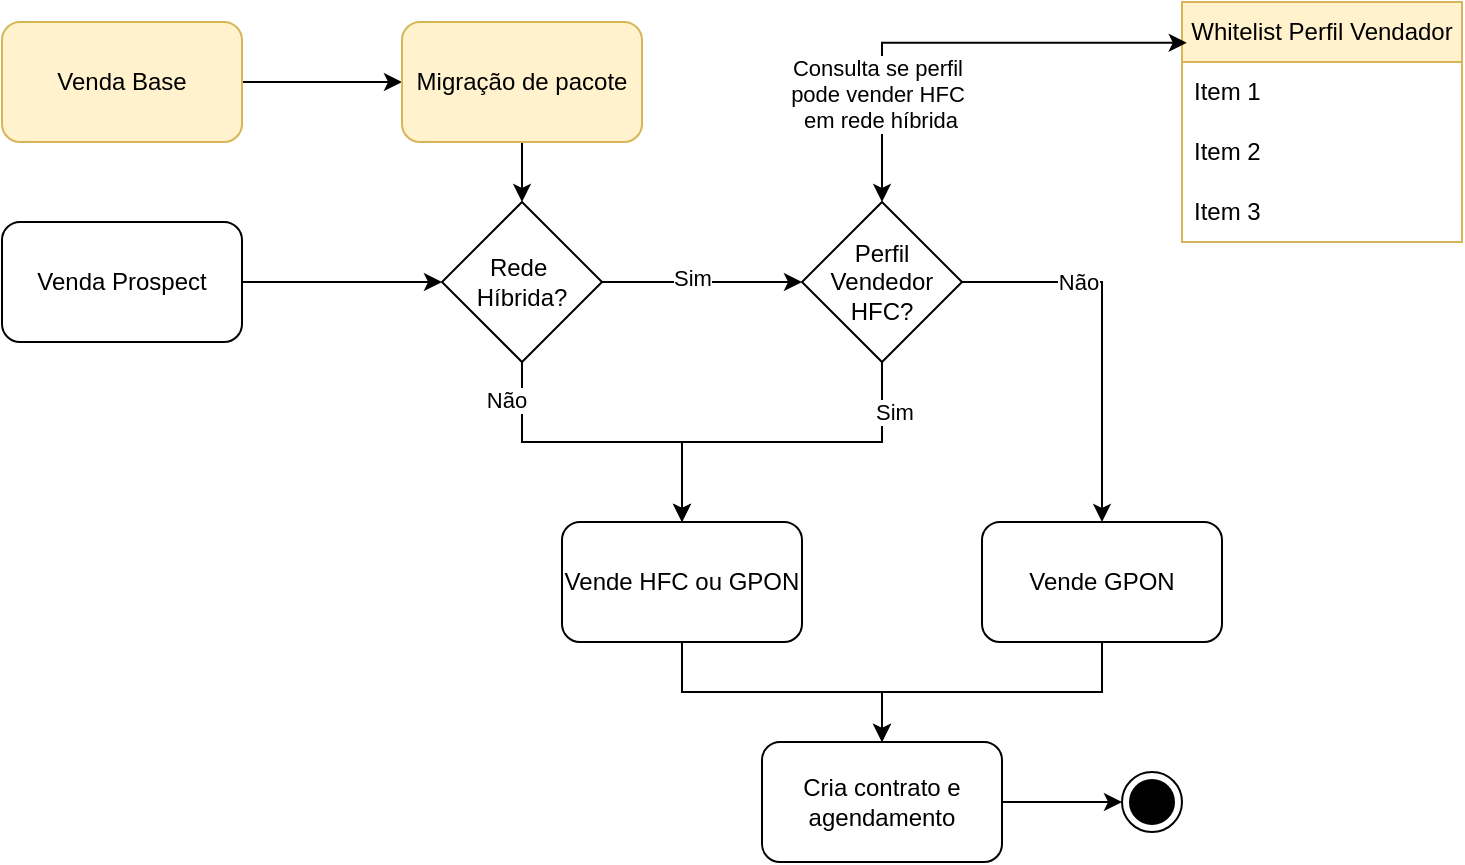
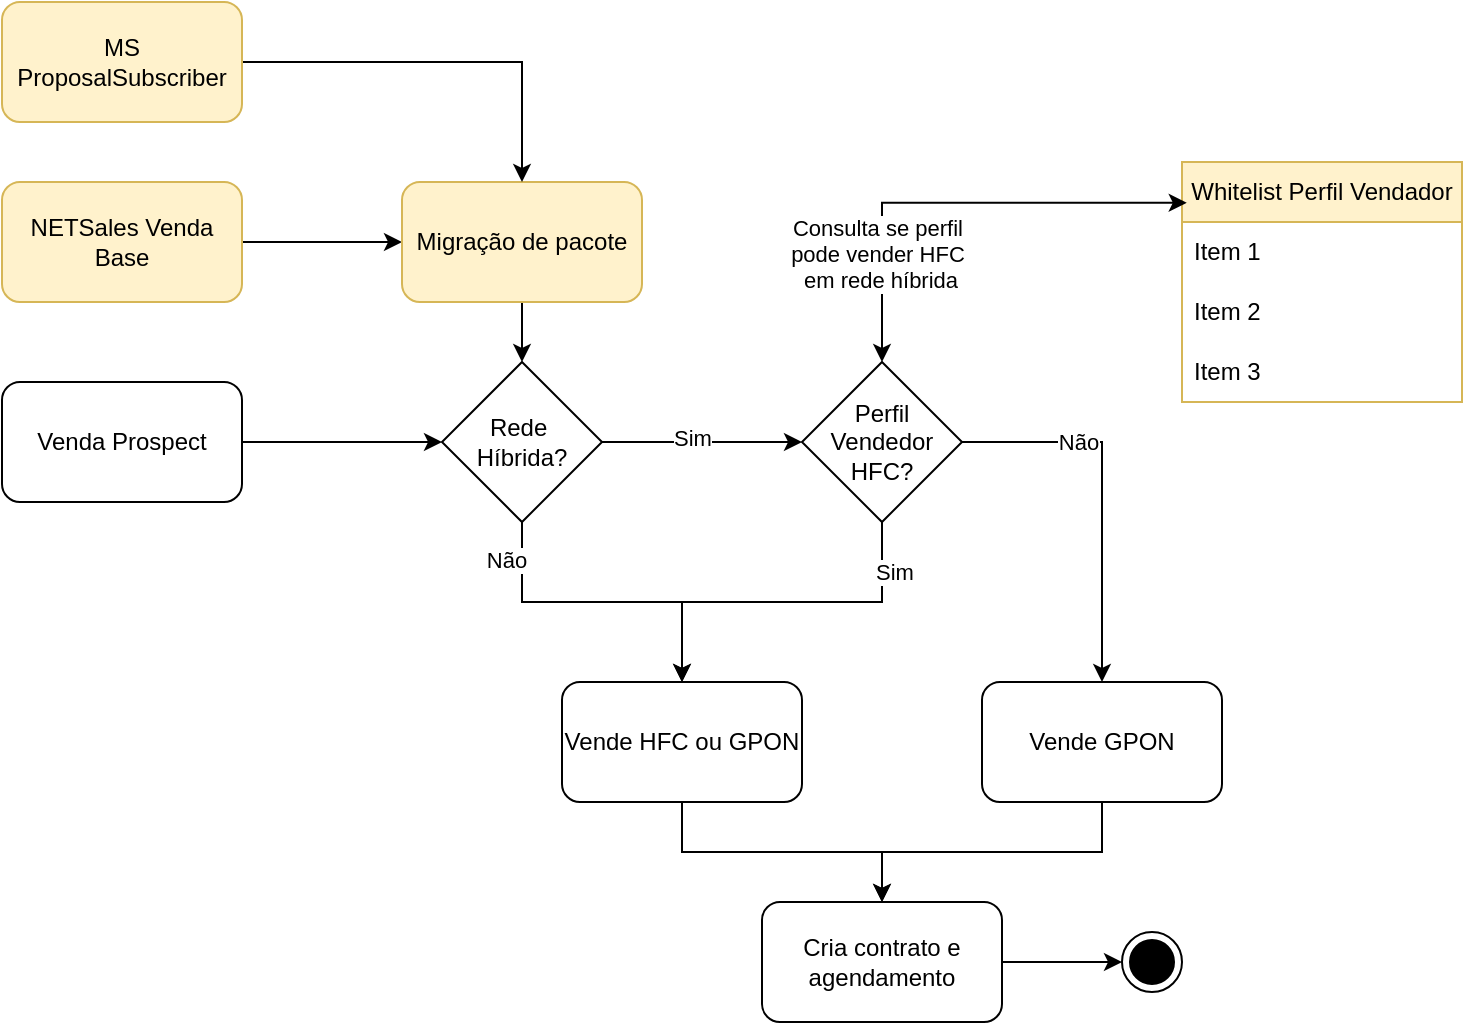
<mxfile host="app.diagrams.net">
  <diagram name="Página-1" id="3kMgELetRidybpeUExiU">
    <mxGraphModel dx="1030" dy="527" grid="1" gridSize="10" guides="1" tooltips="1" connect="1" arrows="1" fold="1" page="1" pageScale="1" pageWidth="827" pageHeight="1169" math="0" shadow="0">
      <root>
        <mxCell id="0" />
        <mxCell id="1" parent="0" />
        <mxCell id="n1KzrClI_lz3JJP6-aaw-4" edge="1" parent="1" source="n1KzrClI_lz3JJP6-aaw-1" style="edgeStyle=orthogonalEdgeStyle;rounded=0;orthogonalLoop=1;jettySize=auto;html=1;" target="n1KzrClI_lz3JJP6-aaw-7" value="">
          <mxGeometry relative="1" as="geometry">
-             <mxPoint x="280" y="200" as="targetPoint" />
+             <mxPoint x="260" y="250" as="targetPoint" />
          </mxGeometry>
        </mxCell>
        <mxCell id="n1KzrClI_lz3JJP6-aaw-1" parent="1" style="rounded=1;whiteSpace=wrap;html=1;" value="Venda Prospect" vertex="1">
-           <mxGeometry height="60" width="120" x="80" y="170" as="geometry" />
+           <mxGeometry height="60" width="120" x="60" y="220" as="geometry" />
        </mxCell>
        <mxCell id="n1KzrClI_lz3JJP6-aaw-9" edge="1" parent="1" source="n1KzrClI_lz3JJP6-aaw-7" style="edgeStyle=orthogonalEdgeStyle;rounded=0;orthogonalLoop=1;jettySize=auto;html=1;entryX=0;entryY=0.5;entryDx=0;entryDy=0;" target="n1KzrClI_lz3JJP6-aaw-10" value="">
          <mxGeometry relative="1" as="geometry">
-             <mxPoint x="440" y="200" as="targetPoint" />
+             <mxPoint x="420" y="250" as="targetPoint" />
          </mxGeometry>
        </mxCell>
        <mxCell id="n1KzrClI_lz3JJP6-aaw-14" connectable="0" parent="n1KzrClI_lz3JJP6-aaw-9" style="edgeLabel;html=1;align=center;verticalAlign=middle;resizable=0;points=[];" value="Sim" vertex="1">
          <mxGeometry relative="1" x="-0.1" y="2" as="geometry">
            <mxPoint as="offset" />
          </mxGeometry>
        </mxCell>
        <mxCell id="n1KzrClI_lz3JJP6-aaw-17" edge="1" parent="1" source="n1KzrClI_lz3JJP6-aaw-7" style="edgeStyle=orthogonalEdgeStyle;rounded=0;orthogonalLoop=1;jettySize=auto;html=1;entryX=0.5;entryY=0;entryDx=0;entryDy=0;" target="n1KzrClI_lz3JJP6-aaw-13">
          <mxGeometry relative="1" as="geometry" />
        </mxCell>
        <mxCell id="n1KzrClI_lz3JJP6-aaw-18" connectable="0" parent="n1KzrClI_lz3JJP6-aaw-17" style="edgeLabel;html=1;align=center;verticalAlign=middle;resizable=0;points=[];" value="Não" vertex="1">
          <mxGeometry relative="1" x="-0.536" y="-3" as="geometry">
            <mxPoint x="-5" y="-18" as="offset" />
          </mxGeometry>
        </mxCell>
        <mxCell id="n1KzrClI_lz3JJP6-aaw-7" parent="1" style="rhombus;whiteSpace=wrap;html=1;" value="Rede&amp;nbsp;&lt;div&gt;Híbrida?&lt;/div&gt;" vertex="1">
-           <mxGeometry height="80" width="80" x="300" y="160" as="geometry" />
+           <mxGeometry height="80" width="80" x="280" y="210" as="geometry" />
        </mxCell>
        <mxCell id="n1KzrClI_lz3JJP6-aaw-19" edge="1" parent="1" source="n1KzrClI_lz3JJP6-aaw-10" style="edgeStyle=orthogonalEdgeStyle;rounded=0;orthogonalLoop=1;jettySize=auto;html=1;" target="n1KzrClI_lz3JJP6-aaw-16">
          <mxGeometry relative="1" as="geometry" />
        </mxCell>
        <mxCell id="n1KzrClI_lz3JJP6-aaw-20" connectable="0" parent="n1KzrClI_lz3JJP6-aaw-19" style="edgeLabel;html=1;align=center;verticalAlign=middle;resizable=0;points=[];" value="Não" vertex="1">
          <mxGeometry relative="1" x="-0.3895" as="geometry">
            <mxPoint as="offset" />
          </mxGeometry>
        </mxCell>
        <mxCell id="n1KzrClI_lz3JJP6-aaw-22" edge="1" parent="1" source="n1KzrClI_lz3JJP6-aaw-10" style="edgeStyle=orthogonalEdgeStyle;rounded=0;orthogonalLoop=1;jettySize=auto;html=1;entryX=0.5;entryY=0;entryDx=0;entryDy=0;" target="n1KzrClI_lz3JJP6-aaw-13">
          <mxGeometry relative="1" as="geometry" />
        </mxCell>
        <mxCell id="n1KzrClI_lz3JJP6-aaw-23" connectable="0" parent="n1KzrClI_lz3JJP6-aaw-22" style="edgeLabel;html=1;align=center;verticalAlign=middle;resizable=0;points=[];" value="Sim" vertex="1">
          <mxGeometry relative="1" x="-0.3733" y="3" as="geometry">
            <mxPoint x="22" y="-18" as="offset" />
          </mxGeometry>
        </mxCell>
        <mxCell id="n1KzrClI_lz3JJP6-aaw-10" parent="1" style="rhombus;whiteSpace=wrap;html=1;" value="Perfil Vendedor HFC?" vertex="1">
-           <mxGeometry height="80" width="80" x="480" y="160" as="geometry" />
+           <mxGeometry height="80" width="80" x="460" y="210" as="geometry" />
        </mxCell>
        <mxCell id="n1KzrClI_lz3JJP6-aaw-25" edge="1" parent="1" source="n1KzrClI_lz3JJP6-aaw-13" style="edgeStyle=orthogonalEdgeStyle;rounded=0;orthogonalLoop=1;jettySize=auto;html=1;entryX=0.5;entryY=0;entryDx=0;entryDy=0;" target="n1KzrClI_lz3JJP6-aaw-24">
          <mxGeometry relative="1" as="geometry" />
        </mxCell>
        <mxCell id="n1KzrClI_lz3JJP6-aaw-13" parent="1" style="rounded=1;whiteSpace=wrap;html=1;" value="Vende HFC ou GPON" vertex="1">
-           <mxGeometry height="60" width="120" x="360" y="320" as="geometry" />
+           <mxGeometry height="60" width="120" x="340" y="370" as="geometry" />
        </mxCell>
        <mxCell id="n1KzrClI_lz3JJP6-aaw-26" edge="1" parent="1" source="n1KzrClI_lz3JJP6-aaw-16" style="edgeStyle=orthogonalEdgeStyle;rounded=0;orthogonalLoop=1;jettySize=auto;html=1;" target="n1KzrClI_lz3JJP6-aaw-24">
          <mxGeometry relative="1" as="geometry" />
        </mxCell>
        <mxCell id="n1KzrClI_lz3JJP6-aaw-16" parent="1" style="rounded=1;whiteSpace=wrap;html=1;" value="Vende GPON" vertex="1">
-           <mxGeometry height="60" width="120" x="570" y="320" as="geometry" />
+           <mxGeometry height="60" width="120" x="550" y="370" as="geometry" />
        </mxCell>
        <mxCell id="n1KzrClI_lz3JJP6-aaw-28" edge="1" parent="1" source="n1KzrClI_lz3JJP6-aaw-24" style="edgeStyle=orthogonalEdgeStyle;rounded=0;orthogonalLoop=1;jettySize=auto;html=1;" target="n1KzrClI_lz3JJP6-aaw-27">
          <mxGeometry relative="1" as="geometry" />
        </mxCell>
        <mxCell id="n1KzrClI_lz3JJP6-aaw-24" parent="1" style="rounded=1;whiteSpace=wrap;html=1;" value="Cria contrato e agendamento" vertex="1">
-           <mxGeometry height="60" width="120" x="460" y="430" as="geometry" />
+           <mxGeometry height="60" width="120" x="440" y="480" as="geometry" />
        </mxCell>
        <mxCell id="n1KzrClI_lz3JJP6-aaw-27" parent="1" style="ellipse;html=1;shape=endState;fillColor=strokeColor;" value="" vertex="1">
-           <mxGeometry height="30" width="30" x="640" y="445" as="geometry" />
+           <mxGeometry height="30" width="30" x="620" y="495" as="geometry" />
        </mxCell>
        <mxCell id="dcD2vmRarh8q4XiA1lDF-3" edge="1" parent="1" source="dcD2vmRarh8q4XiA1lDF-1" style="edgeStyle=orthogonalEdgeStyle;rounded=0;orthogonalLoop=1;jettySize=auto;html=1;" target="dcD2vmRarh8q4XiA1lDF-2" value="">
          <mxGeometry relative="1" as="geometry" />
        </mxCell>
-         <mxCell id="dcD2vmRarh8q4XiA1lDF-1" parent="1" style="rounded=1;whiteSpace=wrap;html=1;fillColor=#fff2cc;strokeColor=#d6b656;" value="Venda Base" vertex="1">
-           <mxGeometry height="60" width="120" x="80" y="70" as="geometry" />
+         <mxCell id="dcD2vmRarh8q4XiA1lDF-1" parent="1" style="rounded=1;whiteSpace=wrap;html=1;fillColor=#fff2cc;strokeColor=#d6b656;" value="NETSales Venda Base" vertex="1">
+           <mxGeometry height="60" width="120" x="60" y="120" as="geometry" />
        </mxCell>
        <mxCell id="dcD2vmRarh8q4XiA1lDF-4" edge="1" parent="1" source="dcD2vmRarh8q4XiA1lDF-2" style="edgeStyle=orthogonalEdgeStyle;rounded=0;orthogonalLoop=1;jettySize=auto;html=1;entryX=0.5;entryY=0;entryDx=0;entryDy=0;" target="n1KzrClI_lz3JJP6-aaw-7">
          <mxGeometry relative="1" as="geometry" />
        </mxCell>
        <mxCell id="dcD2vmRarh8q4XiA1lDF-2" parent="1" style="rounded=1;whiteSpace=wrap;html=1;fillColor=#fff2cc;strokeColor=#d6b656;" value="Migração de pacote" vertex="1">
-           <mxGeometry height="60" width="120" x="280" y="70" as="geometry" />
+           <mxGeometry height="60" width="120" x="260" y="120" as="geometry" />
        </mxCell>
        <mxCell id="dcD2vmRarh8q4XiA1lDF-5" parent="1" style="swimlane;fontStyle=0;childLayout=stackLayout;horizontal=1;startSize=30;horizontalStack=0;resizeParent=1;resizeParentMax=0;resizeLast=0;collapsible=1;marginBottom=0;whiteSpace=wrap;html=1;fillColor=#fff2cc;strokeColor=#d6b656;" value="Whitelist Perfil Vendador" vertex="1">
-           <mxGeometry height="120" width="140" x="670" y="60" as="geometry" />
+           <mxGeometry height="120" width="140" x="650" y="110" as="geometry" />
        </mxCell>
        <mxCell id="dcD2vmRarh8q4XiA1lDF-6" parent="dcD2vmRarh8q4XiA1lDF-5" style="text;strokeColor=none;fillColor=none;align=left;verticalAlign=middle;spacingLeft=4;spacingRight=4;overflow=hidden;points=[[0,0.5],[1,0.5]];portConstraint=eastwest;rotatable=0;whiteSpace=wrap;html=1;" value="Item 1" vertex="1">
          <mxGeometry height="30" width="140" y="30" as="geometry" />
        </mxCell>
        <mxCell id="dcD2vmRarh8q4XiA1lDF-7" parent="dcD2vmRarh8q4XiA1lDF-5" style="text;strokeColor=none;fillColor=none;align=left;verticalAlign=middle;spacingLeft=4;spacingRight=4;overflow=hidden;points=[[0,0.5],[1,0.5]];portConstraint=eastwest;rotatable=0;whiteSpace=wrap;html=1;" value="Item 2" vertex="1">
          <mxGeometry height="30" width="140" y="60" as="geometry" />
        </mxCell>
        <mxCell id="dcD2vmRarh8q4XiA1lDF-8" parent="dcD2vmRarh8q4XiA1lDF-5" style="text;strokeColor=none;fillColor=none;align=left;verticalAlign=middle;spacingLeft=4;spacingRight=4;overflow=hidden;points=[[0,0.5],[1,0.5]];portConstraint=eastwest;rotatable=0;whiteSpace=wrap;html=1;" value="Item 3" vertex="1">
          <mxGeometry height="30" width="140" y="90" as="geometry" />
        </mxCell>
        <mxCell id="dcD2vmRarh8q4XiA1lDF-9" edge="1" parent="1" source="n1KzrClI_lz3JJP6-aaw-10" style="edgeStyle=orthogonalEdgeStyle;rounded=0;orthogonalLoop=1;jettySize=auto;html=1;entryX=0.017;entryY=0.17;entryDx=0;entryDy=0;entryPerimeter=0;startArrow=classic;startFill=1;" target="dcD2vmRarh8q4XiA1lDF-5">
          <mxGeometry relative="1" as="geometry">
            <Array as="points">
-               <mxPoint x="520" y="80" />
+               <mxPoint x="500" y="130" />
            </Array>
          </mxGeometry>
        </mxCell>
        <mxCell id="dcD2vmRarh8q4XiA1lDF-10" connectable="0" parent="dcD2vmRarh8q4XiA1lDF-9" style="edgeLabel;html=1;align=center;verticalAlign=middle;resizable=0;points=[];" value="Consulta se perfil&amp;nbsp;&lt;div&gt;pode vender HFC&amp;nbsp;&lt;/div&gt;&lt;div&gt;em rede híbrida&lt;/div&gt;" vertex="1">
          <mxGeometry relative="1" x="-0.5293" y="1" as="geometry">
            <mxPoint as="offset" />
          </mxGeometry>
        </mxCell>
+         <mxCell id="dcD2vmRarh8q4XiA1lDF-13" edge="1" parent="1" source="dcD2vmRarh8q4XiA1lDF-12" style="edgeStyle=orthogonalEdgeStyle;rounded=0;orthogonalLoop=1;jettySize=auto;html=1;entryX=0.5;entryY=0;entryDx=0;entryDy=0;" target="dcD2vmRarh8q4XiA1lDF-2">
+           <mxGeometry relative="1" as="geometry" />
+         </mxCell>
+         <mxCell id="dcD2vmRarh8q4XiA1lDF-12" parent="1" style="rounded=1;whiteSpace=wrap;html=1;fillColor=#fff2cc;strokeColor=#d6b656;" value="MS ProposalSubscriber" vertex="1">
+           <mxGeometry height="60" width="120" x="60" y="30" as="geometry" />
+         </mxCell>
      </root>
    </mxGraphModel>
  </diagram>
</mxfile>
